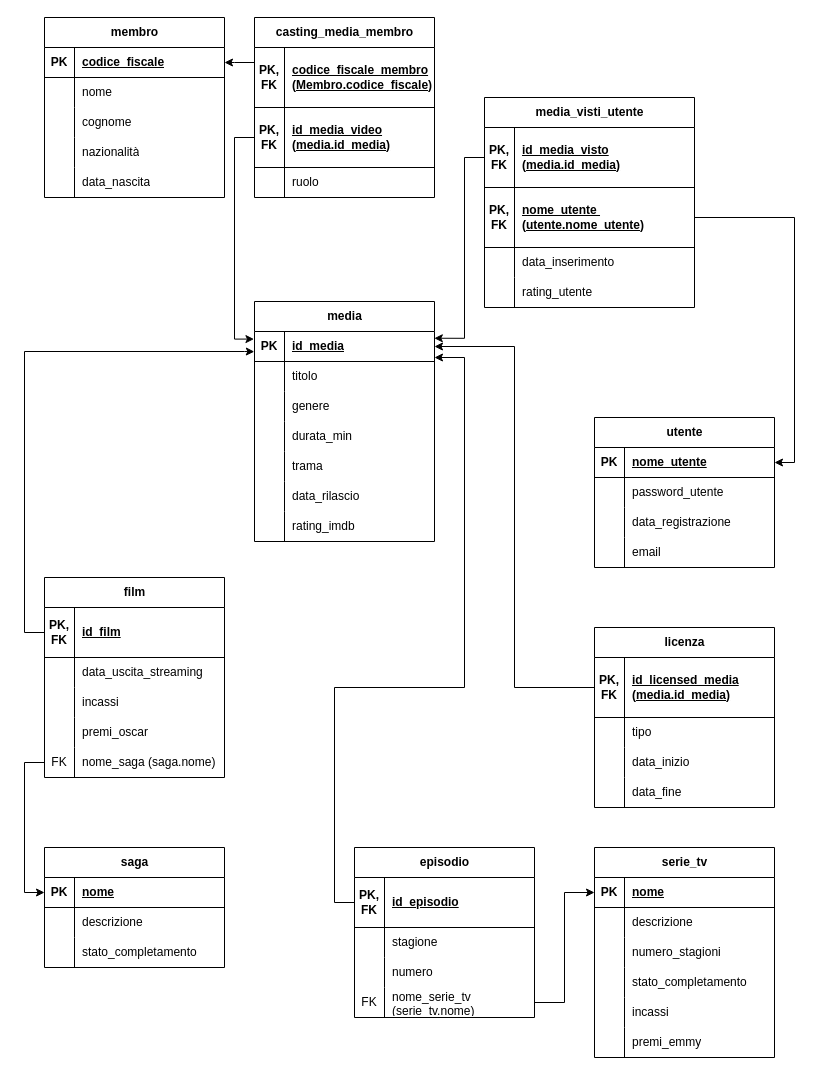
Above: drawio_diagrams/er_tabelle.drawio in aycollapse/basi_dati_2025 (draw.io), before the change. Source tidied: cells renumbered, new cells numbered last; positions are measured from the earlier drawing's top-left corner, leaving out a move shared by most shapes. Both pictures are drawn from the tidied source at 100%, with x=0, y=0 at pixel (24, 17).
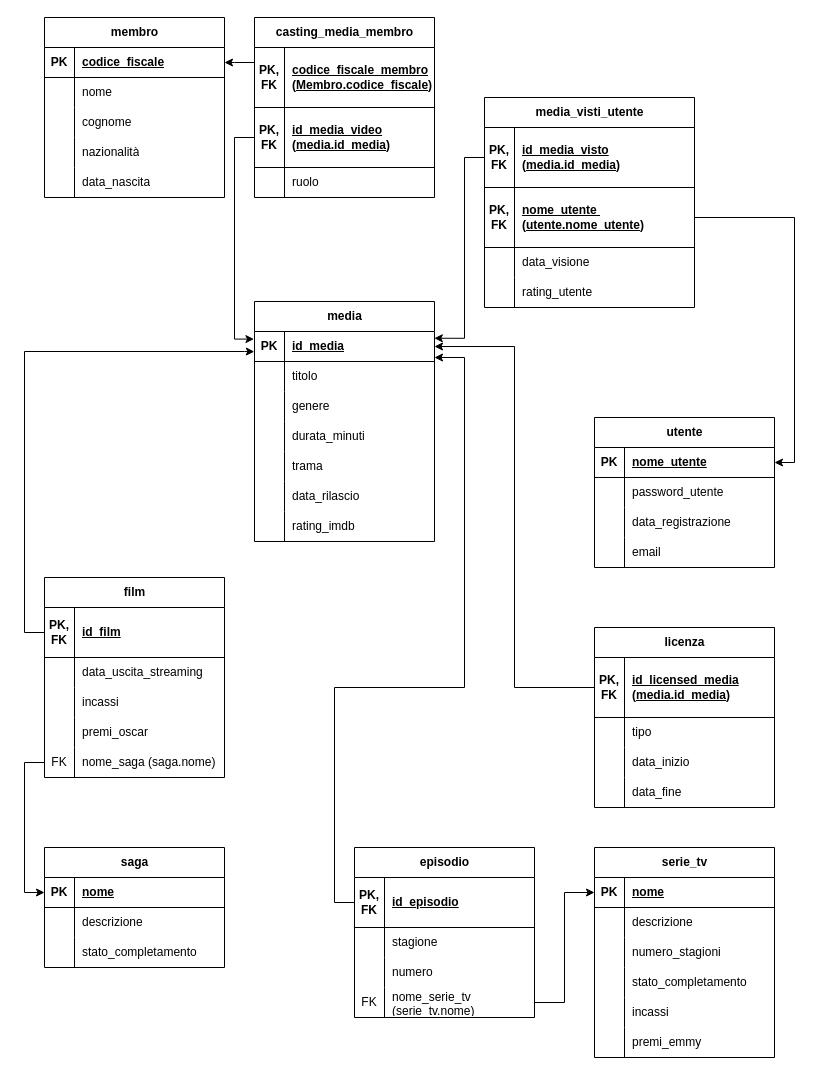
The same page after the edit.

The change refers to these unchanged cells:
```xml
<mxCell id="109" style="shape=tableRow;horizontal=0;startSize=0;swimlaneHead=0;swimlaneBody=0;fillColor=none;top=0;left=0;right=0;bottom=0;" parent="99" vertex="1">
  <mxGeometry y="120" width="180" height="30" as="geometry" />
</mxCell>
<mxCell id="141" style="shape=tableRow;horizontal=0;startSize=0;swimlaneHead=0;swimlaneBody=0;fillColor=none;top=0;left=0;right=0;bottom=0;" parent="134" vertex="1">
  <mxGeometry y="150" width="210" height="30" as="geometry" />
</mxCell>
```

Change to the diagram source:
```diff
@@
-    <mxCell id="111" value="durata_min" style="shape=partialRectangle;fillColor=none;top=0;left=0;bottom=0;right=0;align=left;spacingLeft=6;overflow=hidden;whiteSpace=wrap;html=1;" parent="109" vertex="1">
+    <mxCell id="111" value="durata_minuti" style="shape=partialRectangle;fillColor=none;top=0;left=0;bottom=0;right=0;align=left;spacingLeft=6;overflow=hidden;whiteSpace=wrap;html=1;" parent="109" vertex="1">
       <mxGeometry x="30" width="150" height="30" as="geometry" />
     </mxCell>
@@
-    <mxCell id="143" value="data_inserimento" style="shape=partialRectangle;fillColor=none;top=0;left=0;bottom=0;right=0;align=left;spacingLeft=6;overflow=hidden;whiteSpace=wrap;html=1;" parent="141" vertex="1">
+    <mxCell id="143" value="&lt;div&gt;data_visione&lt;/div&gt;" style="shape=partialRectangle;fillColor=none;top=0;left=0;bottom=0;right=0;align=left;spacingLeft=6;overflow=hidden;whiteSpace=wrap;html=1;" parent="141" vertex="1">
       <mxGeometry x="30" width="180" height="30" as="geometry" />
     </mxCell>
```
